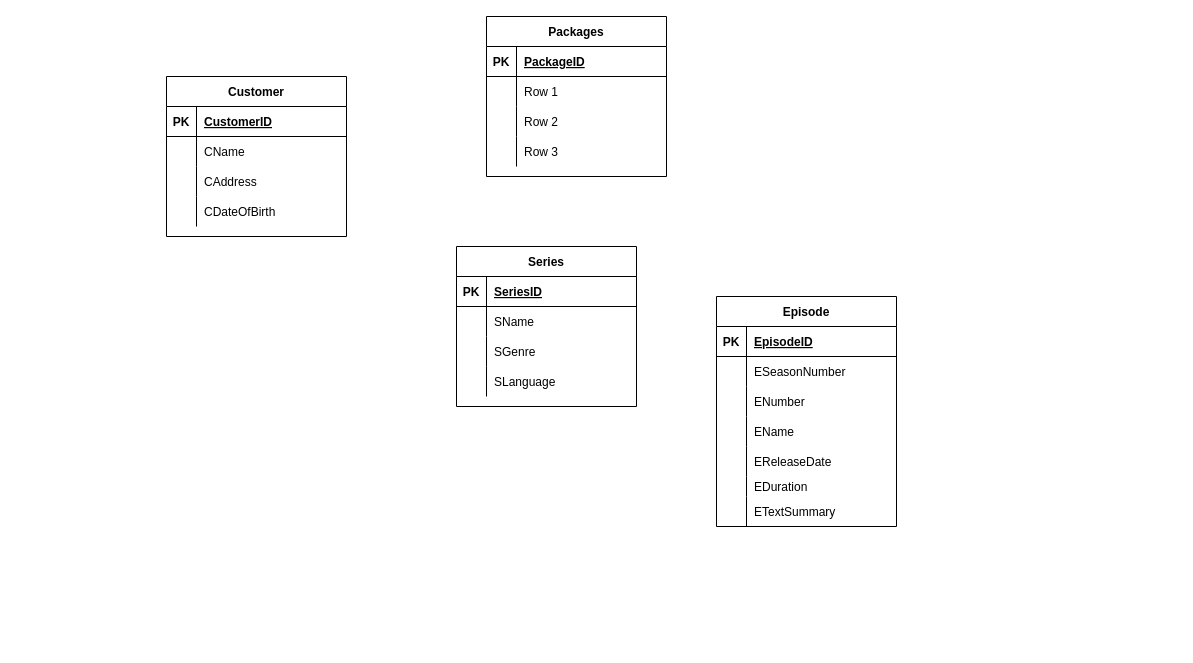
Earlier version of the draw.io diagram page "Page-3" (3 of 3) of practice.drawio (02powermax09/02powermax09). Source tidied: cells renumbered, new cells numbered last; positions are measured from the earlier drawing's top-left corner, leaving out a move shared by most shapes. Both pictures are drawn from the tidied source at 100%, with x=0, y=0 at pixel (166, 16).
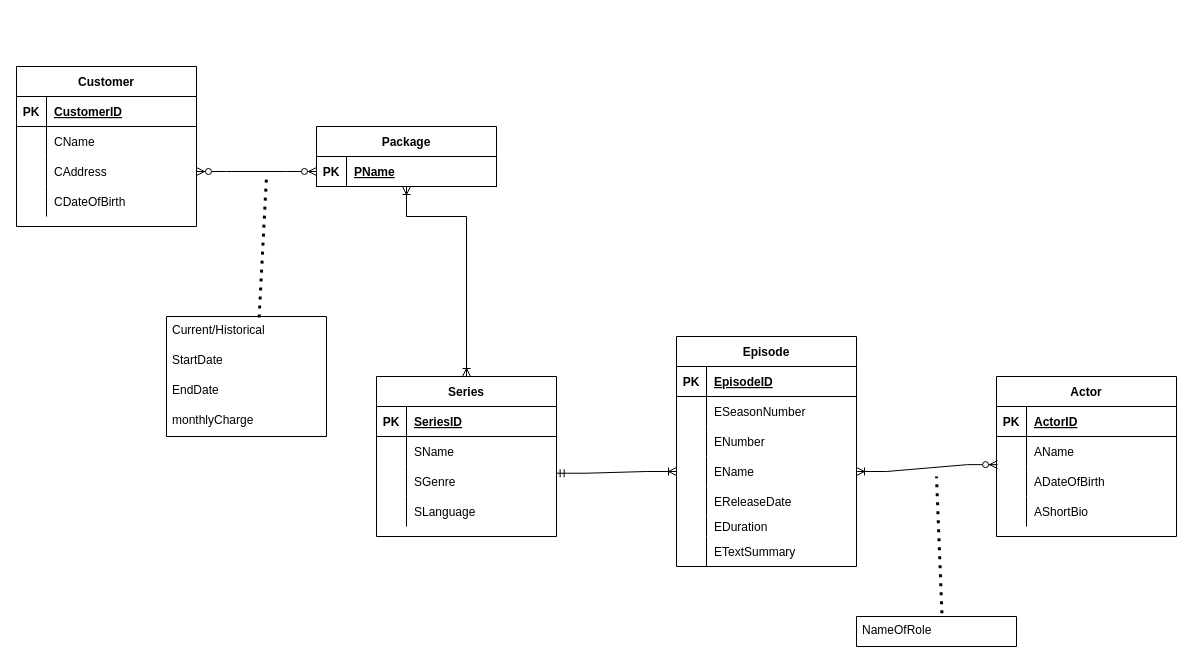
The same page after the edit.

Unchanged cells that the change refers to:
```xml
<mxCell id="9" style="shape=partialRectangle;fillColor=none;top=0;left=0;bottom=0;right=0;points=[[0,0.5],[1,0.5]];portConstraint=eastwest;" parent="2" vertex="1">
  <mxGeometry y="90" width="180" height="30" as="geometry" />
</mxCell>
<mxCell id="16" style="shape=partialRectangle;fillColor=none;top=0;left=0;bottom=1;right=0;" parent="15" vertex="1">
  <mxGeometry y="30" width="180" height="30" as="geometry" />
</mxCell>
<mxCell id="35" style="shape=partialRectangle;fillColor=none;top=0;left=0;bottom=0;right=0;points=[[0,0.5],[1,0.5]];portConstraint=eastwest;" parent="28" vertex="1">
  <mxGeometry y="90" width="180" height="30" as="geometry" />
</mxCell>
<mxCell id="51" style="shape=partialRectangle;fillColor=none;top=0;left=0;bottom=0;right=0;points=[[0,0.5],[1,0.5]];portConstraint=eastwest;" parent="41" vertex="1">
  <mxGeometry y="120" width="180" height="30" as="geometry" />
</mxCell>
```

What changed in the source:
```diff
@@
     <mxCell id="2" value="Customer" style="shape=table;startSize=30;childLayout=tableLayout;rowLines=0;fontStyle=1;align=center;" parent="1" vertex="1">
-      <mxGeometry y="60" width="180" height="160" as="geometry" />
+      <mxGeometry x="-150" y="50" width="180" height="160" as="geometry" />
     </mxCell>
@@
-    <mxCell id="15" value="Packages" style="shape=table;startSize=30;childLayout=tableLayout;rowLines=0;fontStyle=1;align=center;" parent="1" vertex="1">
-      <mxGeometry x="320" width="180" height="160" as="geometry" />
+    <mxCell id="15" value="Package" style="shape=table;startSize=30;childLayout=tableLayout;rowLines=0;fontStyle=1;align=center;" parent="1" vertex="1">
+      <mxGeometry x="150" y="110" width="180" height="60" as="geometry" />
     </mxCell>
@@
-    <mxCell id="18" value="PackageID" style="shape=partialRectangle;fillColor=none;top=0;left=0;bottom=0;right=0;align=left;spacingLeft=6;fontStyle=5;overflow=hidden;" parent="16" vertex="1">
+    <mxCell id="18" value="PName" style="shape=partialRectangle;fillColor=none;top=0;left=0;bottom=0;right=0;align=left;spacingLeft=6;fontStyle=5;overflow=hidden;" parent="16" vertex="1">
       <mxGeometry x="30" width="150" height="30" as="geometry" />
     </mxCell>
-    <mxCell id="19" style="shape=partialRectangle;fillColor=none;top=0;left=0;bottom=0;right=0;" parent="15" vertex="1">
-      <mxGeometry y="60" width="180" height="30" as="geometry" />
-    </mxCell>
-    <mxCell id="20" style="shape=partialRectangle;fillColor=none;top=0;left=0;bottom=0;right=0;overflow=hidden;" parent="19" vertex="1">
-      <mxGeometry width="30" height="30" as="geometry" />
-    </mxCell>
-    <mxCell id="21" value="Row 1" style="shape=partialRectangle;fillColor=none;top=0;left=0;bottom=0;right=0;align=left;spacingLeft=6;overflow=hidden;" parent="19" vertex="1">
-      <mxGeometry x="30" width="150" height="30" as="geometry" />
-    </mxCell>
-    <mxCell id="22" style="shape=partialRectangle;fillColor=none;top=0;left=0;bottom=0;right=0;points=[[0,0.5],[1,0.5]];portConstraint=eastwest;" parent="15" vertex="1">
-      <mxGeometry y="90" width="180" height="30" as="geometry" />
-    </mxCell>
-    <mxCell id="23" style="shape=partialRectangle;fillColor=none;top=0;left=0;bottom=0;right=0;overflow=hidden;" parent="22" vertex="1">
-      <mxGeometry width="30" height="30" as="geometry" />
-    </mxCell>
-    <mxCell id="24" value="Row 2" style="shape=partialRectangle;fillColor=none;top=0;left=0;bottom=0;right=0;align=left;spacingLeft=6;overflow=hidden;" parent="22" vertex="1">
-      <mxGeometry x="30" width="150" height="30" as="geometry" />
-    </mxCell>
-    <mxCell id="25" style="shape=partialRectangle;fillColor=none;top=0;left=0;bottom=0;right=0;" parent="15" vertex="1">
-      <mxGeometry y="120" width="180" height="30" as="geometry" />
-    </mxCell>
-    <mxCell id="26" style="shape=partialRectangle;fillColor=none;top=0;left=0;bottom=0;right=0;overflow=hidden;" parent="25" vertex="1">
-      <mxGeometry width="30" height="30" as="geometry" />
-    </mxCell>
-    <mxCell id="27" value="Row 3" style="shape=partialRectangle;fillColor=none;top=0;left=0;bottom=0;right=0;align=left;spacingLeft=6;overflow=hidden;" parent="25" vertex="1">
-      <mxGeometry x="30" width="150" height="30" as="geometry" />
-    </mxCell>
     <mxCell id="28" value="Series" style="shape=table;startSize=30;childLayout=tableLayout;rowLines=0;fontStyle=1;align=center;" parent="1" vertex="1">
-      <mxGeometry x="290" y="230" width="180" height="160" as="geometry" />
+      <mxGeometry x="210" y="360" width="180" height="160" as="geometry" />
     </mxCell>
@@
     <mxCell id="41" value="Episode" style="shape=table;startSize=30;childLayout=tableLayout;rowLines=0;fontStyle=1;align=center;" parent="1" vertex="1">
-      <mxGeometry x="550" y="280" width="180" height="230" as="geometry" />
+      <mxGeometry x="510" y="320" width="180" height="230" as="geometry" />
     </mxCell>
@@
+    <mxCell id="63" value="Actor" style="shape=table;startSize=30;childLayout=tableLayout;rowLines=0;fontStyle=1;align=center;" parent="1" vertex="1">
+      <mxGeometry x="830" y="360" width="180" height="160" as="geometry" />
+    </mxCell>
+    <mxCell id="64" style="shape=partialRectangle;fillColor=none;top=0;left=0;bottom=1;right=0;" parent="63" vertex="1">
+      <mxGeometry y="30" width="180" height="30" as="geometry" />
+    </mxCell>
+    <mxCell id="65" value="PK" style="shape=partialRectangle;fillColor=none;top=0;left=0;bottom=0;right=0;fontStyle=1;overflow=hidden;" parent="64" vertex="1">
+      <mxGeometry width="30" height="30" as="geometry" />
+    </mxCell>
+    <mxCell id="66" value="ActorID" style="shape=partialRectangle;fillColor=none;top=0;left=0;bottom=0;right=0;align=left;spacingLeft=6;fontStyle=5;overflow=hidden;" parent="64" vertex="1">
+      <mxGeometry x="30" width="150" height="30" as="geometry" />
+    </mxCell>
+    <mxCell id="19" style="shape=partialRectangle;fillColor=none;top=0;left=0;bottom=0;right=0;" parent="63" vertex="1">
+      <mxGeometry y="60" width="180" height="30" as="geometry" />
+    </mxCell>
+    <mxCell id="67" style="shape=partialRectangle;fillColor=none;top=0;left=0;bottom=0;right=0;overflow=hidden;" parent="19" vertex="1">
+      <mxGeometry width="30" height="30" as="geometry" />
+    </mxCell>
+    <mxCell id="68" value="AName" style="shape=partialRectangle;fillColor=none;top=0;left=0;bottom=0;right=0;align=left;spacingLeft=6;overflow=hidden;" parent="19" vertex="1">
+      <mxGeometry x="30" width="150" height="30" as="geometry" />
+    </mxCell>
+    <mxCell id="22" style="shape=partialRectangle;fillColor=none;top=0;left=0;bottom=0;right=0;points=[[0,0.5],[1,0.5]];portConstraint=eastwest;" parent="63" vertex="1">
+      <mxGeometry y="90" width="180" height="30" as="geometry" />
+    </mxCell>
+    <mxCell id="69" style="shape=partialRectangle;fillColor=none;top=0;left=0;bottom=0;right=0;overflow=hidden;" parent="22" vertex="1">
+      <mxGeometry width="30" height="30" as="geometry" />
+    </mxCell>
+    <mxCell id="70" value="ADateOfBirth" style="shape=partialRectangle;fillColor=none;top=0;left=0;bottom=0;right=0;align=left;spacingLeft=6;overflow=hidden;" parent="22" vertex="1">
+      <mxGeometry x="30" width="150" height="30" as="geometry" />
+    </mxCell>
+    <mxCell id="25" style="shape=partialRectangle;fillColor=none;top=0;left=0;bottom=0;right=0;" parent="63" vertex="1">
+      <mxGeometry y="120" width="180" height="30" as="geometry" />
+    </mxCell>
+    <mxCell id="71" style="shape=partialRectangle;fillColor=none;top=0;left=0;bottom=0;right=0;overflow=hidden;" parent="25" vertex="1">
+      <mxGeometry width="30" height="30" as="geometry" />
+    </mxCell>
+    <mxCell id="72" value="AShortBio" style="shape=partialRectangle;fillColor=none;top=0;left=0;bottom=0;right=0;align=left;spacingLeft=6;overflow=hidden;" parent="25" vertex="1">
+      <mxGeometry x="30" width="150" height="30" as="geometry" />
+    </mxCell>
+    <mxCell id="73" style="edgeStyle=entityRelationEdgeStyle;fontSize=12;html=1;endArrow=ERzeroToMany;endFill=1;startArrow=ERzeroToMany;rounded=0;elbow=vertical;entryX=0;entryY=0.75;entryDx=0;entryDy=0;" parent="1" edge="1" source="9" target="15">
+      <mxGeometry relative="1" as="geometry" />
+    </mxCell>
+    <mxCell id="74" style="edgeStyle=elbowEdgeStyle;fontSize=12;html=1;endArrow=ERoneToMany;startArrow=ERoneToMany;rounded=0;exitX=0.5;exitY=0;exitDx=0;exitDy=0;entryX=0.5;entryY=1;entryDx=0;entryDy=0;elbow=vertical;" parent="1" edge="1" source="28" target="15">
+      <mxGeometry relative="1" as="geometry">
+        <Array as="points">
+          <mxPoint x="260" y="200" />
+          <mxPoint x="180" y="360" />
+          <mxPoint x="280" y="410" />
+          <mxPoint x="270" y="380" />
+        </Array>
+      </mxGeometry>
+    </mxCell>
+    <mxCell id="75" style="edgeStyle=entityRelationEdgeStyle;fontSize=12;html=1;endArrow=ERoneToMany;startArrow=ERmandOne;rounded=0;elbow=vertical;exitX=0.998;exitY=0.224;exitDx=0;exitDy=0;exitPerimeter=0;entryX=0;entryY=0.5;entryDx=0;entryDy=0;" parent="1" edge="1" source="35" target="51">
+      <mxGeometry relative="1" as="geometry" />
+    </mxCell>
+    <mxCell id="76" style="swimlane;fontStyle=0;horizontal=1;startSize=0;align=center;fontSize=14;" parent="1" vertex="1">
+      <mxGeometry y="300" width="160" height="120" as="geometry" />
+    </mxCell>
+    <mxCell id="77" value="Current/Historical" style="text;strokeColor=none;fillColor=none;spacingLeft=4;spacingRight=4;overflow=hidden;points=[[0,0.5],[1,0.5]];portConstraint=eastwest;fontSize=12;" parent="76" vertex="1">
+      <mxGeometry width="160" height="30" as="geometry" />
+    </mxCell>
+    <mxCell id="78" value="StartDate" style="text;strokeColor=none;fillColor=none;spacingLeft=4;spacingRight=4;overflow=hidden;fontSize=12;" parent="76" vertex="1">
+      <mxGeometry y="30" width="160" height="30" as="geometry" />
+    </mxCell>
+    <mxCell id="79" value="EndDate" style="text;strokeColor=none;fillColor=none;spacingLeft=4;spacingRight=4;overflow=hidden;fontSize=12;" parent="76" vertex="1">
+      <mxGeometry y="60" width="160" height="30" as="geometry" />
+    </mxCell>
+    <mxCell id="80" value="monthlyCharge" style="text;strokeColor=none;fillColor=none;spacingLeft=4;spacingRight=4;overflow=hidden;fontSize=12;" parent="76" vertex="1">
+      <mxGeometry y="90" width="160" height="30" as="geometry" />
+    </mxCell>
+    <mxCell id="81" style="endArrow=none;html=1;rounded=0;dashed=1;dashPattern=1 2;elbow=vertical;exitX=0.579;exitY=0.033;exitDx=0;exitDy=0;exitPerimeter=0;strokeWidth=3;" parent="1" edge="1" source="77">
+      <mxGeometry relative="1" as="geometry">
+        <mxPoint x="100" y="160" as="targetPoint" />
+      </mxGeometry>
+    </mxCell>
+    <mxCell id="82" style="html=1;align=right;verticalAlign=bottom;" parent="81" vertex="1">
+      <mxGeometry x="1" relative="1" as="geometry" />
+    </mxCell>
+    <mxCell id="83" style="swimlane;fontStyle=0;horizontal=1;startSize=0;align=center;fontSize=14;" parent="1" vertex="1">
+      <mxGeometry x="690" y="600" width="160" height="30" as="geometry" />
+    </mxCell>
+    <mxCell id="84" value="NameOfRole" style="text;strokeColor=none;fillColor=none;spacingLeft=4;spacingRight=4;overflow=hidden;points=[[0,0.5],[1,0.5]];portConstraint=eastwest;fontSize=12;" parent="83" vertex="1">
+      <mxGeometry width="160" height="30" as="geometry" />
+    </mxCell>
+    <mxCell id="85" style="endArrow=none;html=1;rounded=0;dashed=1;dashPattern=1 2;elbow=vertical;exitX=0.534;exitY=-0.11;exitDx=0;exitDy=0;exitPerimeter=0;strokeWidth=3;" parent="1" edge="1" source="84">
+      <mxGeometry relative="1" as="geometry">
+        <mxPoint x="770" y="460" as="targetPoint" />
+      </mxGeometry>
+    </mxCell>
+    <mxCell id="86" style="html=1;align=right;verticalAlign=bottom;" parent="85" vertex="1">
+      <mxGeometry x="1" relative="1" as="geometry" />
+    </mxCell>
+    <mxCell id="87" style="edgeStyle=entityRelationEdgeStyle;fontSize=12;html=1;endArrow=ERoneToMany;startArrow=ERzeroToMany;rounded=0;strokeWidth=1;elbow=vertical;exitX=0.006;exitY=-0.062;exitDx=0;exitDy=0;exitPerimeter=0;entryX=1;entryY=0.5;entryDx=0;entryDy=0;" parent="1" edge="1" source="22" target="51">
+      <mxGeometry relative="1" as="geometry" />
+    </mxCell>
```
